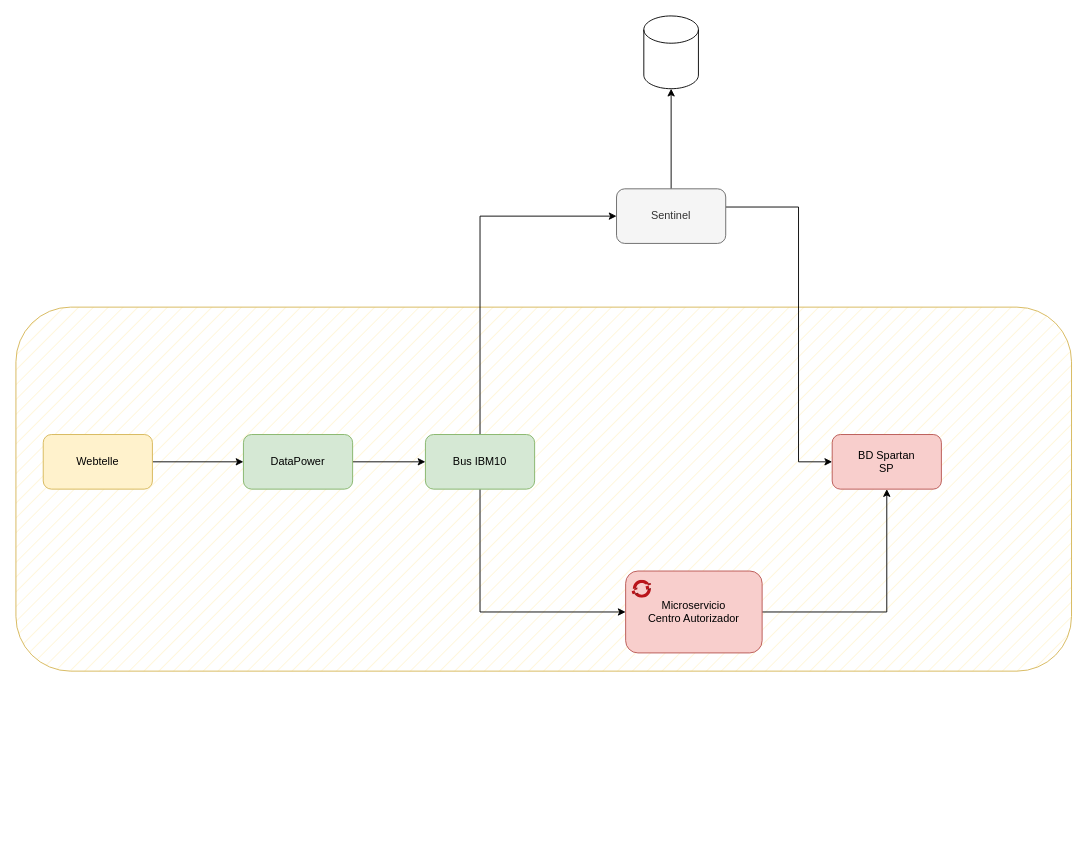
The draw.io diagram page "Página-14" (8 of 10) of Diagrama sin título.drawio in MarcoPuenayan/diagramas, before the edit. Source tidied: cells renumbered, new cells numbered last; positions are measured from the earlier drawing's top-left corner, leaving out a move shared by most shapes. Both pictures are drawn from the tidied source at 91%, with x=0, y=0 at pixel (15, 15).
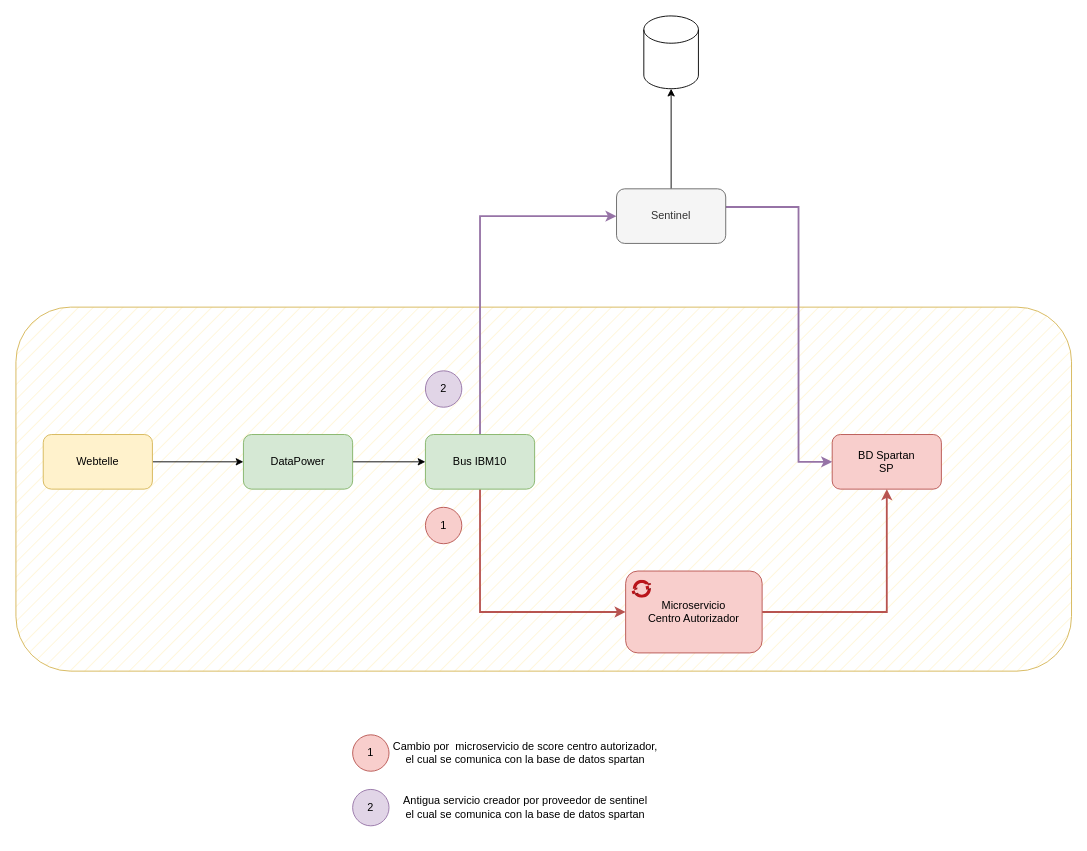
After the change.

The change refers to these unchanged cells:
```xml
<mxCell id="7" value="Bus IBM10" style="rounded=1;whiteSpace=wrap;html=1;fillColor=#d5e8d4;strokeColor=#82b366;" parent="1" vertex="1">
  <mxGeometry x="450" y="460" width="120" height="60" as="geometry" />
</mxCell>
<mxCell id="10" value="Sentinel&lt;br&gt;" style="rounded=1;whiteSpace=wrap;html=1;fillColor=#f5f5f5;fontColor=#333333;strokeColor=#666666;" parent="1" vertex="1">
  <mxGeometry x="660" y="190" width="120" height="60" as="geometry" />
</mxCell>
<mxCell id="11" value="BD Spartan&lt;br&gt;SP" style="rounded=1;whiteSpace=wrap;html=1;fillColor=#f8cecc;strokeColor=#b85450;" parent="1" vertex="1">
  <mxGeometry x="897" y="460" width="120" height="60" as="geometry" />
</mxCell>
<mxCell id="15" value="Microservicio&lt;br&gt;Centro Autorizador" style="rounded=1;whiteSpace=wrap;html=1;fillColor=#f8cecc;strokeColor=#b85450;" parent="1" vertex="1">
  <mxGeometry x="670" y="610" width="150" height="90" as="geometry" />
</mxCell>
```

Diff of the diagram source:
```diff
@@
-    <mxCell id="5" style="edgeStyle=orthogonalEdgeStyle;rounded=0;jettySize=auto;html=1;" parent="1" edge="1" source="7" target="10">
+    <mxCell id="5" style="edgeStyle=orthogonalEdgeStyle;rounded=0;jettySize=auto;html=1;strokeWidth=2;fillColor=#e1d5e7;strokeColor=#9673a6;" parent="1" edge="1" source="7" target="10">
       <mxGeometry relative="1" as="geometry">
         <Array as="points">
           <mxPoint x="510" y="220" />
         </Array>
       </mxGeometry>
     </mxCell>
-    <mxCell id="6" style="edgeStyle=orthogonalEdgeStyle;rounded=0;jettySize=auto;html=1;entryX=0;entryY=0.5;entryDx=0;entryDy=0;" parent="1" edge="1" source="7" target="15">
+    <mxCell id="6" style="edgeStyle=orthogonalEdgeStyle;rounded=0;jettySize=auto;html=1;entryX=0;entryY=0.5;entryDx=0;entryDy=0;strokeWidth=2;fillColor=#f8cecc;strokeColor=#b85450;" parent="1" edge="1" source="7" target="15">
       <mxGeometry relative="1" as="geometry">
         <Array as="points">
           <mxPoint x="510" y="655" />
         </Array>
       </mxGeometry>
     </mxCell>
@@
-    <mxCell id="8" style="edgeStyle=orthogonalEdgeStyle;rounded=0;jettySize=auto;html=1;entryX=0;entryY=0.5;entryDx=0;entryDy=0;" parent="1" edge="1" source="10" target="11">
+    <mxCell id="8" style="edgeStyle=orthogonalEdgeStyle;rounded=0;jettySize=auto;html=1;entryX=0;entryY=0.5;entryDx=0;entryDy=0;fillColor=#e1d5e7;strokeColor=#9673a6;strokeWidth=2;" parent="1" edge="1" source="10" target="11">
       <mxGeometry relative="1" as="geometry">
         <Array as="points">
           <mxPoint x="860" y="210" />
           <mxPoint x="860" y="490" />
         </Array>
       </mxGeometry>
     </mxCell>
@@
-    <mxCell id="14" style="edgeStyle=orthogonalEdgeStyle;rounded=0;jettySize=auto;html=1;entryX=0.5;entryY=1;entryDx=0;entryDy=0;" parent="1" edge="1" source="15" target="11">
+    <mxCell id="14" style="edgeStyle=orthogonalEdgeStyle;rounded=0;jettySize=auto;html=1;entryX=0.5;entryY=1;entryDx=0;entryDy=0;fillColor=#f8cecc;strokeColor=#b85450;strokeWidth=2;" parent="1" edge="1" source="15" target="11">
       <mxGeometry relative="1" as="geometry" />
     </mxCell>
@@
+    <mxCell id="18" value="1" style="ellipse;whiteSpace=wrap;html=1;fillColor=#f8cecc;strokeColor=#b85450;" parent="1" vertex="1">
+      <mxGeometry x="450" y="540" width="40" height="40" as="geometry" />
+    </mxCell>
+    <mxCell id="19" value="2" style="ellipse;whiteSpace=wrap;html=1;fillColor=#e1d5e7;strokeColor=#9673a6;" parent="1" vertex="1">
+      <mxGeometry x="450" y="390" width="40" height="40" as="geometry" />
+    </mxCell>
+    <mxCell id="20" value="Cambio por&amp;nbsp; microservicio de score centro autorizador, el cual se comunica con la base de datos spartan" style="text;html=1;strokeColor=none;fillColor=none;align=center;verticalAlign=middle;whiteSpace=wrap;rounded=0;" parent="1" vertex="1">
+      <mxGeometry x="410" y="780" width="300" height="60" as="geometry" />
+    </mxCell>
+    <mxCell id="21" value="1" style="ellipse;whiteSpace=wrap;html=1;fillColor=#f8cecc;strokeColor=#b85450;" parent="1" vertex="1">
+      <mxGeometry x="370" y="790" width="40" height="40" as="geometry" />
+    </mxCell>
+    <mxCell id="22" value="2" style="ellipse;whiteSpace=wrap;html=1;fillColor=#e1d5e7;strokeColor=#9673a6;" parent="1" vertex="1">
+      <mxGeometry x="370" y="850" width="40" height="40" as="geometry" />
+    </mxCell>
+    <mxCell id="23" value="Antigua servicio creador por proveedor de sentinel&lt;br&gt;el cual se comunica con la base de datos spartan" style="text;html=1;strokeColor=none;fillColor=none;align=center;verticalAlign=middle;whiteSpace=wrap;rounded=0;" parent="1" vertex="1">
+      <mxGeometry x="410" y="840" width="300" height="60" as="geometry" />
+    </mxCell>
```
